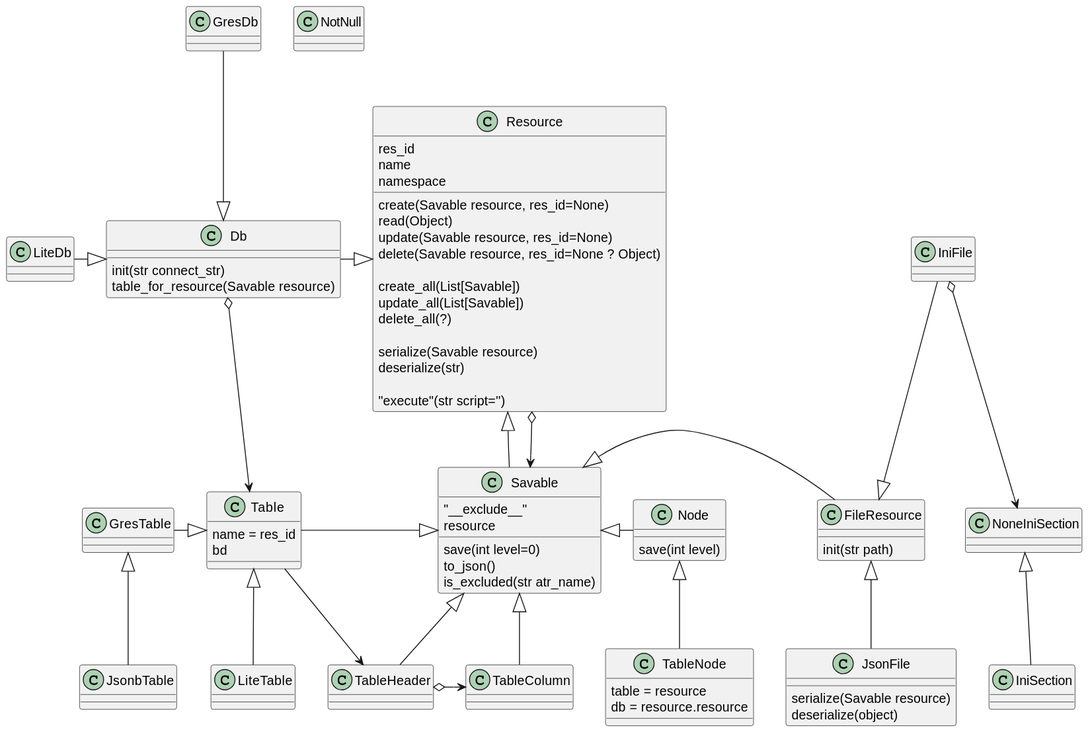
nagvalhm/epure keeps this PlantUML diagram as out/uml/resource/resource.svg. Above is the earlier version.
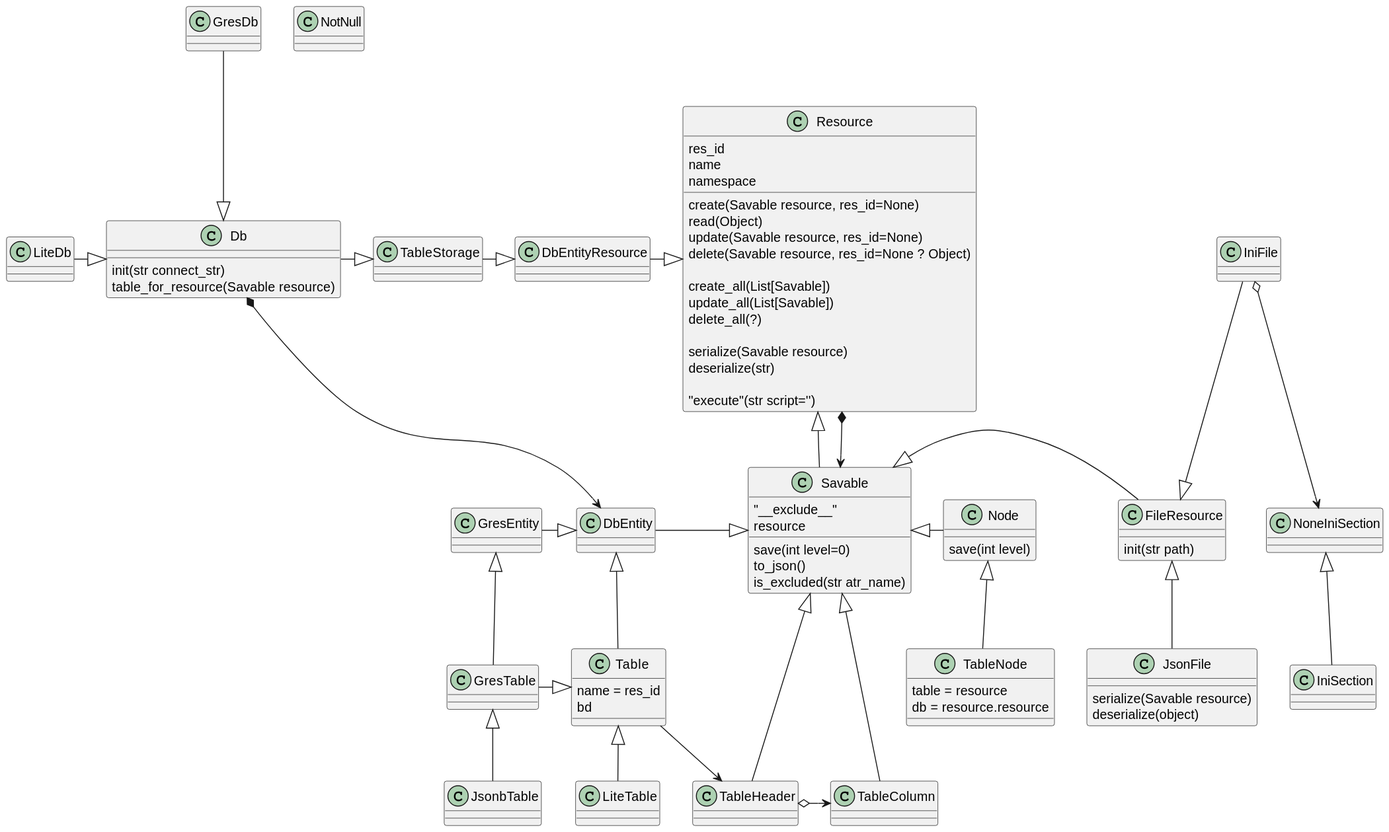
The same diagram one commit later.

Diff of the diagram source:
```diff
@@ -23,6 +23,9 @@
     init(str connect_str)
     table_for_resource(Savable resource)
 }
+
+class DbEntity{}
+class GresEntity{}
 
 class GresDb{}
 class LiteDb{}
@@ -71,25 +74,31 @@
 
 
 
-Resource <|-left- Db
-    Db <|-up- GresDb
-    Db <|-left- LiteDb
-    Db o-down-> Table
+Resource <|-left- DbEntityResource
+    DbEntityResource <|-left- TableStorage
+        TableStorage <|-left- Db
+            Db <|-up- GresDb
+            Db <|-left- LiteDb
+            Db *-down-> DbEntity
+                DbEntity <|-left- GresEntity
+
 Resource <|-- Savable
-Resource o--> Savable
+Resource *--> Savable
     Savable <|-right- FileResource
         FileResource <|-up- IniFile
             IniFile o--> NoneIniSection
                 NoneIniSection <|-- IniSection
         FileResource <|-- JsonFile
-    Savable <|-left- Table
-        Table <|-left- GresTable
-            GresTable <|-- JsonbTable
-        Table <|-- LiteTable
-        Table --> TableHeader
-    Savable <|-right- Node
-        Node <|-- TableNode
-    Savable <|-- TableHeader
-        TableHeader o-right-> TableColumn
-    Savable <|-- TableColumn
+    Savable <|-left- DbEntity
+        DbEntity <|-- Table
+            GresEntity <|-- GresTable
+            Table <|-left- GresTable
+                GresTable <|-- JsonbTable
+            Table <|-- LiteTable
+            Table --> TableHeader
+        Savable <|-right- Node
+            Node <|-- TableNode
+        Savable <|-- TableHeader
+            TableHeader o-right-> TableColumn
+        Savable <|-- TableColumn
 @enduml
```
